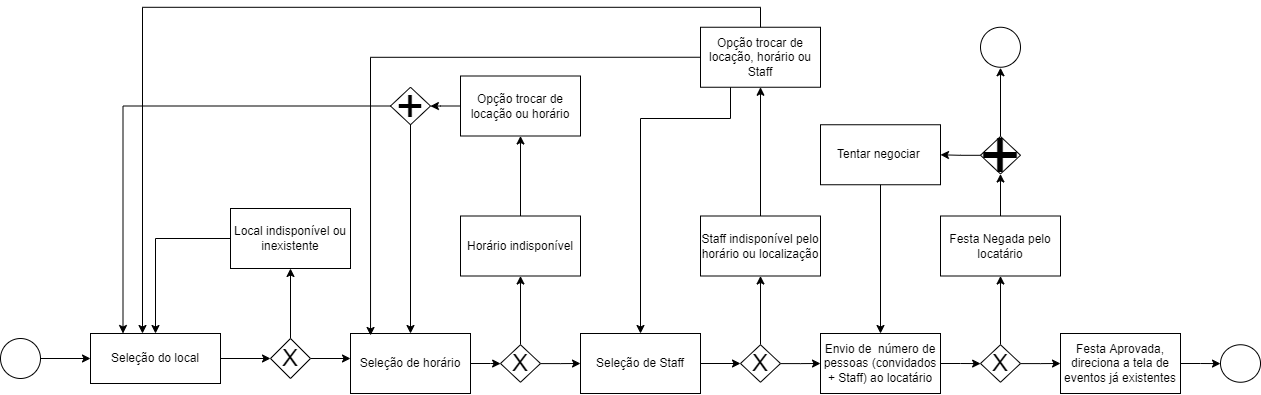
GustavoRiegert/plf-es-2022-1-ti2-0940100-su-casa keeps this draw.io diagram as docs/imagens/ServiçoDeAgendamento_TIS2.drawio.png. Above is the earlier version. Source tidied: cells renumbered, new cells last; positions are measured from the earlier drawing's top-left corner, leaving out a move shared by most shapes.
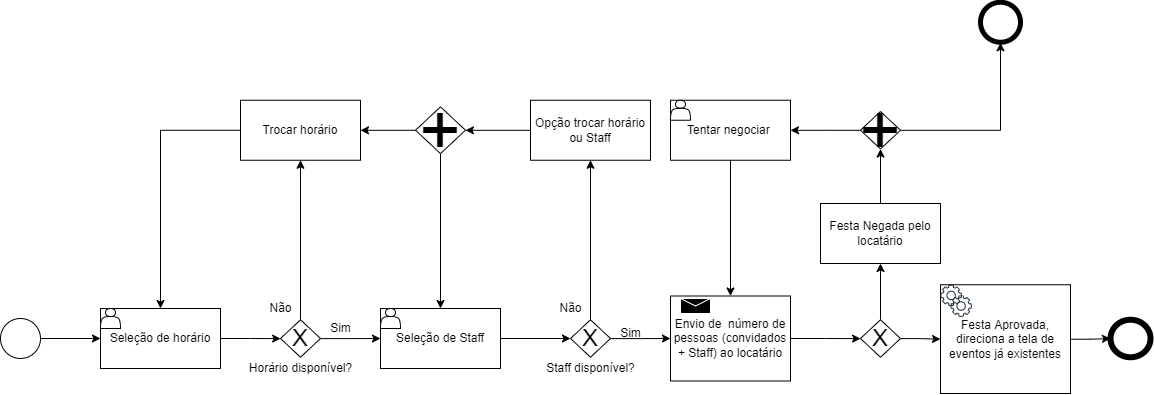
After the commit.

Commit message:
Ajustes modelagem serviço de agendamento

What changed in the source:
```diff
@@ -2,115 +2,60 @@
   <root>
     <mxCell id="0" />
     <mxCell id="1" parent="0" />
+    <mxCell id="50" style="edgeStyle=orthogonalEdgeStyle;rounded=0;jettySize=auto;html=1;" parent="1" edge="1" source="2" target="9">
+      <mxGeometry relative="1" as="geometry" />
+    </mxCell>
     <mxCell id="2" style="ellipse;whiteSpace=wrap;html=1;" parent="1" vertex="1">
-      <mxGeometry y="311" width="40" height="40" as="geometry" />
+      <mxGeometry y="316" width="40" height="40" as="geometry" />
     </mxCell>
-    <mxCell id="3" style="endArrow=classic;html=1;rounded=0;exitX=1;exitY=0.5;exitDx=0;exitDy=0;entryX=0;entryY=0.5;entryDx=0;entryDy=0;" parent="1" edge="1" source="2" target="5">
-      <mxGeometry relative="1" as="geometry" />
-    </mxCell>
-    <mxCell id="4" style="edgeStyle=orthogonalEdgeStyle;rounded=0;jettySize=auto;html=1;" parent="1" edge="1" source="5" target="12">
-      <mxGeometry relative="1" as="geometry" />
-    </mxCell>
-    <mxCell id="5" value="Seleção do local" style="rounded=0;whiteSpace=wrap;html=1;" parent="1" vertex="1">
-      <mxGeometry x="90" y="306" width="130" height="50" as="geometry" />
-    </mxCell>
     <mxCell id="6" style="edgeStyle=orthogonalEdgeStyle;rounded=0;jettySize=auto;html=1;fontSize=24;entryX=0;entryY=0.5;entryDx=0;entryDy=0;" parent="1" edge="1" source="7" target="22">
       <mxGeometry relative="1" as="geometry" />
     </mxCell>
     <mxCell id="7" value="Seleção de Staff" style="rounded=0;whiteSpace=wrap;html=1;" parent="1" vertex="1">
-      <mxGeometry x="580" y="306" width="120" height="60" as="geometry" />
+      <mxGeometry x="380" y="306" width="120" height="60" as="geometry" />
     </mxCell>
     <mxCell id="8" style="edgeStyle=orthogonalEdgeStyle;rounded=0;jettySize=auto;html=1;fontSize=24;" parent="1" edge="1" source="9" target="17">
       <mxGeometry relative="1" as="geometry" />
     </mxCell>
     <mxCell id="9" value="Seleção de horário" style="rounded=0;whiteSpace=wrap;html=1;" parent="1" vertex="1">
-      <mxGeometry x="350" y="306" width="120" height="60" as="geometry" />
+      <mxGeometry x="100" y="306" width="120" height="60" as="geometry" />
     </mxCell>
-    <mxCell id="10" style="edgeStyle=orthogonalEdgeStyle;rounded=0;jettySize=auto;html=1;fontSize=24;" parent="1" edge="1" source="12" target="14">
-      <mxGeometry relative="1" as="geometry" />
-    </mxCell>
-    <mxCell id="11" style="edgeStyle=orthogonalEdgeStyle;rounded=0;jettySize=auto;html=1;fontSize=24;" parent="1" edge="1" source="12">
-      <mxGeometry relative="1" as="geometry">
-        <mxPoint x="350" y="331" as="targetPoint" />
-      </mxGeometry>
-    </mxCell>
-    <mxCell id="12" value="&lt;font style=&quot;font-size: 24px&quot;&gt;X&lt;/font&gt;" style="rhombus;whiteSpace=wrap;html=1;rounded=0;" parent="1" vertex="1">
-      <mxGeometry x="270" y="311" width="40" height="40" as="geometry" />
-    </mxCell>
-    <mxCell id="13" style="edgeStyle=orthogonalEdgeStyle;rounded=0;jettySize=auto;html=1;fontSize=24;entryX=0.5;entryY=0;entryDx=0;entryDy=0;" parent="1" edge="1" source="14" target="5">
-      <mxGeometry relative="1" as="geometry" />
-    </mxCell>
-    <mxCell id="14" value="Local indisponível ou inexistente" style="whiteSpace=wrap;html=1;rounded=0;" parent="1" vertex="1">
-      <mxGeometry x="230" y="181" width="120" height="60" as="geometry" />
-    </mxCell>
-    <mxCell id="15" style="edgeStyle=orthogonalEdgeStyle;rounded=0;jettySize=auto;html=1;fontSize=24;" parent="1" edge="1" source="17" target="19">
+    <mxCell id="15" style="edgeStyle=orthogonalEdgeStyle;rounded=0;jettySize=auto;html=1;fontSize=24;entryX=0.5;entryY=1;entryDx=0;entryDy=0;" parent="1" edge="1" source="17" target="28">
       <mxGeometry relative="1" as="geometry" />
     </mxCell>
     <mxCell id="16" style="edgeStyle=orthogonalEdgeStyle;rounded=0;jettySize=auto;html=1;fontSize=24;" parent="1" edge="1" source="17" target="7">
       <mxGeometry relative="1" as="geometry" />
     </mxCell>
     <mxCell id="17" value="&lt;font style=&quot;font-size: 24px&quot;&gt;X&lt;/font&gt;" style="rhombus;whiteSpace=wrap;html=1;rounded=0;" parent="1" vertex="1">
-      <mxGeometry x="500" y="317.2" width="40" height="37.5" as="geometry" />
+      <mxGeometry x="280" y="317.2" width="40" height="37.5" as="geometry" />
     </mxCell>
-    <mxCell id="18" style="edgeStyle=orthogonalEdgeStyle;rounded=0;jettySize=auto;html=1;fontSize=24;" parent="1" edge="1" source="19" target="28">
-      <mxGeometry relative="1" as="geometry" />
-    </mxCell>
-    <mxCell id="19" value="Horário indisponível" style="rounded=0;whiteSpace=wrap;html=1;" parent="1" vertex="1">
-      <mxGeometry x="460" y="188.5" width="120" height="60" as="geometry" />
-    </mxCell>
     <mxCell id="20" style="edgeStyle=orthogonalEdgeStyle;rounded=0;jettySize=auto;html=1;fontSize=24;" parent="1" edge="1" source="22" target="24">
       <mxGeometry relative="1" as="geometry" />
     </mxCell>
-    <mxCell id="21" style="edgeStyle=orthogonalEdgeStyle;rounded=0;jettySize=auto;html=1;fontSize=24;" parent="1" edge="1" source="22" target="26">
+    <mxCell id="21" style="edgeStyle=orthogonalEdgeStyle;rounded=0;jettySize=auto;html=1;fontSize=24;entryX=0.5;entryY=1;entryDx=0;entryDy=0;" parent="1" edge="1" source="22" target="32">
       <mxGeometry relative="1" as="geometry" />
     </mxCell>
     <mxCell id="22" value="&lt;font style=&quot;font-size: 24px&quot;&gt;X&lt;/font&gt;" style="rhombus;whiteSpace=wrap;html=1;rounded=0;" parent="1" vertex="1">
-      <mxGeometry x="740" y="317.2" width="40" height="37.5" as="geometry" />
+      <mxGeometry x="570" y="317.2" width="40" height="37.5" as="geometry" />
     </mxCell>
     <mxCell id="23" style="edgeStyle=orthogonalEdgeStyle;rounded=0;jettySize=auto;html=1;fontSize=48;" parent="1" edge="1" source="24" target="38">
       <mxGeometry relative="1" as="geometry" />
     </mxCell>
     <mxCell id="24" value="Envio de&amp;nbsp; número de pessoas (convidados + Staff) ao locatário" style="rounded=0;whiteSpace=wrap;html=1;" parent="1" vertex="1">
-      <mxGeometry x="820" y="306" width="120" height="60" as="geometry" />
+      <mxGeometry x="670" y="293.5" width="120" height="85" as="geometry" />
     </mxCell>
-    <mxCell id="25" style="edgeStyle=orthogonalEdgeStyle;rounded=0;jettySize=auto;html=1;fontSize=48;" parent="1" edge="1" source="26" target="32">
-      <mxGeometry relative="1" as="geometry" />
-    </mxCell>
-    <mxCell id="26" value="Staff indisponível pelo horário ou localização" style="whiteSpace=wrap;html=1;rounded=0;" parent="1" vertex="1">
-      <mxGeometry x="700" y="188.5" width="120" height="60" as="geometry" />
-    </mxCell>
-    <mxCell id="27" style="edgeStyle=orthogonalEdgeStyle;rounded=0;jettySize=auto;html=1;fontSize=24;" parent="1" edge="1" source="28" target="29">
-      <mxGeometry relative="1" as="geometry" />
-    </mxCell>
-    <mxCell id="28" value="Opção trocar de locação ou horário" style="rounded=0;whiteSpace=wrap;html=1;" parent="1" vertex="1">
-      <mxGeometry x="460" y="48.5" width="120" height="60" as="geometry" />
+    <mxCell id="28" value="Trocar horário" style="rounded=0;whiteSpace=wrap;html=1;" parent="1" vertex="1">
+      <mxGeometry x="240" y="97.8" width="120" height="60" as="geometry" />
     </mxCell>
-    <mxCell id="29" value="&lt;font style=&quot;font-size: 48px&quot;&gt;+&lt;/font&gt;" style="rhombus;whiteSpace=wrap;html=1;rounded=0;" parent="1" vertex="1">
-      <mxGeometry x="390" y="59.8" width="40" height="37.5" as="geometry" />
-    </mxCell>
-    <mxCell id="30" style="edgeStyle=orthogonalEdgeStyle;rounded=0;jettySize=auto;html=1;fontSize=24;entryX=0.25;entryY=0;entryDx=0;entryDy=0;exitX=0;exitY=0.5;exitDx=0;exitDy=0;" parent="1" edge="1" source="29" target="5">
-      <mxGeometry relative="1" as="geometry" />
-    </mxCell>
-    <mxCell id="31" style="edgeStyle=orthogonalEdgeStyle;rounded=0;jettySize=auto;html=1;fontSize=24;exitX=0.5;exitY=1;exitDx=0;exitDy=0;entryX=0.5;entryY=0;entryDx=0;entryDy=0;" parent="1" edge="1" source="29" target="9">
+    <mxCell id="31" style="edgeStyle=orthogonalEdgeStyle;rounded=0;jettySize=auto;html=1;fontSize=24;exitX=0;exitY=0.5;exitDx=0;exitDy=0;entryX=0.5;entryY=0;entryDx=0;entryDy=0;" parent="1" edge="1" source="28" target="9">
       <mxGeometry relative="1" as="geometry" />
     </mxCell>
+    <mxCell id="51" style="edgeStyle=orthogonalEdgeStyle;rounded=0;jettySize=auto;html=1;" parent="1" edge="1" source="32" target="29">
+      <mxGeometry relative="1" as="geometry" />
+    </mxCell>
-    <mxCell id="32" value="Opção trocar de locação, horário ou Staff" style="rounded=0;whiteSpace=wrap;html=1;" parent="1" vertex="1">
-      <mxGeometry x="700" y="-0.2" width="120" height="60" as="geometry" />
+    <mxCell id="32" value="Opção trocar horário ou Staff" style="rounded=0;whiteSpace=wrap;html=1;" parent="1" vertex="1">
+      <mxGeometry x="530" y="97.8" width="120" height="60" as="geometry" />
     </mxCell>
-    <mxCell id="33" style="edgeStyle=orthogonalEdgeStyle;rounded=0;jettySize=auto;html=1;fontSize=24;exitX=0.5;exitY=0;exitDx=0;exitDy=0;entryX=0.4;entryY=0;entryDx=0;entryDy=0;entryPerimeter=0;" parent="1" edge="1" source="32" target="5">
-      <mxGeometry relative="1" as="geometry" />
-    </mxCell>
-    <mxCell id="34" style="edgeStyle=orthogonalEdgeStyle;rounded=0;jettySize=auto;html=1;fontSize=24;entryX=0.167;entryY=0.033;entryDx=0;entryDy=0;exitX=0;exitY=0.5;exitDx=0;exitDy=0;entryPerimeter=0;" parent="1" edge="1" source="32" target="9">
-      <mxGeometry relative="1" as="geometry" />
-    </mxCell>
-    <mxCell id="35" style="edgeStyle=orthogonalEdgeStyle;rounded=0;jettySize=auto;html=1;fontSize=24;entryX=0.5;entryY=0;entryDx=0;entryDy=0;exitX=0.25;exitY=1;exitDx=0;exitDy=0;" parent="1" edge="1" source="32" target="7">
-      <mxGeometry relative="1" as="geometry">
-        <Array as="points">
-          <mxPoint x="730" y="91" />
-          <mxPoint x="640" y="91" />
-        </Array>
-      </mxGeometry>
-    </mxCell>
     <mxCell id="36" style="edgeStyle=orthogonalEdgeStyle;rounded=0;jettySize=auto;html=1;fontSize=48;" parent="1" edge="1" source="38" target="40">
       <mxGeometry relative="1" as="geometry" />
     </mxCell>
@@ -118,19 +63,19 @@
       <mxGeometry relative="1" as="geometry" />
     </mxCell>
     <mxCell id="38" value="&lt;font style=&quot;font-size: 24px&quot;&gt;X&lt;/font&gt;" style="rhombus;whiteSpace=wrap;html=1;rounded=0;" parent="1" vertex="1">
-      <mxGeometry x="980" y="317.2" width="40" height="37.5" as="geometry" />
+      <mxGeometry x="860" y="317.2" width="40" height="37.5" as="geometry" />
     </mxCell>
     <mxCell id="39" style="edgeStyle=orthogonalEdgeStyle;rounded=0;jettySize=auto;html=1;fontSize=72;" parent="1" edge="1" source="40" target="49">
       <mxGeometry relative="1" as="geometry" />
     </mxCell>
     <mxCell id="40" value="Festa Aprovada, direciona a tela de eventos já existentes" style="rounded=0;whiteSpace=wrap;html=1;" parent="1" vertex="1">
-      <mxGeometry x="1060" y="306" width="120" height="60" as="geometry" />
+      <mxGeometry x="940" y="282.2" width="130" height="108.8" as="geometry" />
     </mxCell>
     <mxCell id="41" style="edgeStyle=orthogonalEdgeStyle;rounded=0;jettySize=auto;html=1;fontSize=48;" parent="1" edge="1" source="42" target="45">
       <mxGeometry relative="1" as="geometry" />
     </mxCell>
     <mxCell id="42" value="Festa Negada pelo locatário" style="rounded=0;whiteSpace=wrap;html=1;" parent="1" vertex="1">
-      <mxGeometry x="940" y="188.5" width="120" height="60" as="geometry" />
+      <mxGeometry x="820" y="201" width="120" height="60" as="geometry" />
     </mxCell>
     <mxCell id="43" style="edgeStyle=orthogonalEdgeStyle;rounded=0;jettySize=auto;html=1;fontSize=72;" parent="1" edge="1" source="45" target="46">
       <mxGeometry relative="1" as="geometry" />
@@ -141,19 +86,64 @@
       </mxGeometry>
     </mxCell>
     <mxCell id="45" value="&lt;font style=&quot;font-size: 72px&quot;&gt;+&lt;/font&gt;" style="rhombus;whiteSpace=wrap;html=1;rounded=0;" parent="1" vertex="1">
-      <mxGeometry x="980" y="109" width="40" height="37.5" as="geometry" />
+      <mxGeometry x="860" y="109" width="40" height="37.5" as="geometry" />
     </mxCell>
     <mxCell id="46" value="Tentar negociar&amp;nbsp;" style="rounded=0;whiteSpace=wrap;html=1;" parent="1" vertex="1">
-      <mxGeometry x="820" y="97.2" width="120" height="60" as="geometry" />
+      <mxGeometry x="670" y="97.8" width="120" height="60" as="geometry" />
     </mxCell>
     <mxCell id="47" style="edgeStyle=orthogonalEdgeStyle;rounded=0;jettySize=auto;html=1;fontSize=24;exitX=0.5;exitY=1;exitDx=0;exitDy=0;entryX=0.5;entryY=0;entryDx=0;entryDy=0;" parent="1" edge="1" source="46" target="24">
       <mxGeometry relative="1" as="geometry" />
     </mxCell>
-    <mxCell id="48" style="ellipse;whiteSpace=wrap;html=1;fontSize=72;" parent="1" vertex="1">
+    <mxCell id="48" style="ellipse;whiteSpace=wrap;html=1;fontSize=72;strokeWidth=5;" parent="1" vertex="1">
       <mxGeometry x="980" y="-0.2" width="40" height="40" as="geometry" />
     </mxCell>
-    <mxCell id="49" style="ellipse;whiteSpace=wrap;html=1;rounded=0;" parent="1" vertex="1">
-      <mxGeometry x="1220" y="317.2" width="40" height="37.5" as="geometry" />
+    <mxCell id="49" style="ellipse;whiteSpace=wrap;html=1;rounded=0;strokeWidth=6;" parent="1" vertex="1">
+      <mxGeometry x="1110" y="317.2" width="40" height="37.5" as="geometry" />
     </mxCell>
+    <mxCell id="52" value="Horário disponível?" style="text;html=1;align=center;verticalAlign=middle;fillColor=none;strokeColor=none;rounded=0;" parent="1" vertex="1">
+      <mxGeometry x="240" y="356" width="120" height="20" as="geometry" />
+    </mxCell>
+    <mxCell id="53" value="Não" style="text;html=1;align=center;verticalAlign=middle;fillColor=none;strokeColor=none;rounded=0;" parent="1" vertex="1">
+      <mxGeometry x="260" y="296" width="40" height="20" as="geometry" />
+    </mxCell>
+    <mxCell id="54" value="Sim" style="text;html=1;align=center;verticalAlign=middle;fillColor=none;strokeColor=none;rounded=0;" parent="1" vertex="1">
+      <mxGeometry x="320" y="316" width="40" height="20" as="geometry" />
+    </mxCell>
+    <mxCell id="55" value="Staff disponível?" style="text;html=1;align=center;verticalAlign=middle;fillColor=none;strokeColor=none;rounded=0;" parent="1" vertex="1">
+      <mxGeometry x="540" y="356" width="100" height="20" as="geometry" />
+    </mxCell>
+    <mxCell id="56" value="Não" style="text;html=1;align=center;verticalAlign=middle;fillColor=none;strokeColor=none;rounded=0;" parent="1" vertex="1">
+      <mxGeometry x="550" y="296" width="40" height="20" as="geometry" />
+    </mxCell>
+    <mxCell id="57" style="edgeStyle=orthogonalEdgeStyle;rounded=0;jettySize=auto;html=1;fontFamily=Comic Sans MS;fontSize=36;entryX=0.5;entryY=0;entryDx=0;entryDy=0;" parent="1" edge="1" source="29" target="7">
+      <mxGeometry relative="1" as="geometry" />
+    </mxCell>
+    <mxCell id="58" style="edgeStyle=orthogonalEdgeStyle;rounded=0;jettySize=auto;html=1;fontFamily=Comic Sans MS;fontSize=36;" parent="1" edge="1" source="29" target="28">
+      <mxGeometry relative="1" as="geometry" />
+    </mxCell>
+    <mxCell id="29" value="&lt;span style=&quot;font-size: 72px&quot;&gt;+&lt;/span&gt;" style="rhombus;whiteSpace=wrap;html=1;rounded=0;" parent="1" vertex="1">
+      <mxGeometry x="415" y="104.4" width="50" height="46.8" as="geometry" />
+    </mxCell>
+    <mxCell id="59" value="Sim" style="text;html=1;align=center;verticalAlign=middle;fillColor=none;strokeColor=none;rounded=0;" parent="1" vertex="1">
+      <mxGeometry x="610" y="321" width="40" height="20" as="geometry" />
+    </mxCell>
+    <mxCell id="60" style="shape=message;html=1;whiteSpace=wrap;html=1;fillColor=#000000;strokeColor=#FFFFFF;" parent="1" vertex="1">
+      <mxGeometry x="680" y="296" width="30" height="15" as="geometry" />
+    </mxCell>
+    <mxCell id="61" style="sketch=0;fontColor=#232F3E;gradientColor=none;fillColor=#232F3D;strokeColor=none;dashed=0;verticalLabelPosition=bottom;verticalAlign=top;align=center;html=1;fontSize=12;fontStyle=0;shape=mxgraph.aws4.gear;" parent="1" vertex="1">
+      <mxGeometry x="950" y="292.9" width="21.2" height="21.2" as="geometry" />
+    </mxCell>
+    <mxCell id="62" style="shape=actor;whiteSpace=wrap;html=1;" parent="1" vertex="1">
+      <mxGeometry x="380" y="306" width="20" height="20" as="geometry" />
+    </mxCell>
+    <mxCell id="63" style="shape=actor;whiteSpace=wrap;html=1;" parent="1" vertex="1">
+      <mxGeometry x="100" y="306" width="20" height="20" as="geometry" />
+    </mxCell>
+    <mxCell id="64" style="sketch=0;fontColor=#232F3E;gradientColor=none;fillColor=#232F3D;strokeColor=none;dashed=0;verticalLabelPosition=bottom;verticalAlign=top;align=center;html=1;fontSize=12;fontStyle=0;shape=mxgraph.aws4.gear;" parent="1" vertex="1">
+      <mxGeometry x="940" y="282.2" width="21.2" height="21.2" as="geometry" />
+    </mxCell>
+    <mxCell id="65" style="shape=actor;whiteSpace=wrap;html=1;" parent="1" vertex="1">
+      <mxGeometry x="670" y="97.8" width="20" height="20" as="geometry" />
+    </mxCell>
   </root>
 </mxGraphModel>
```
